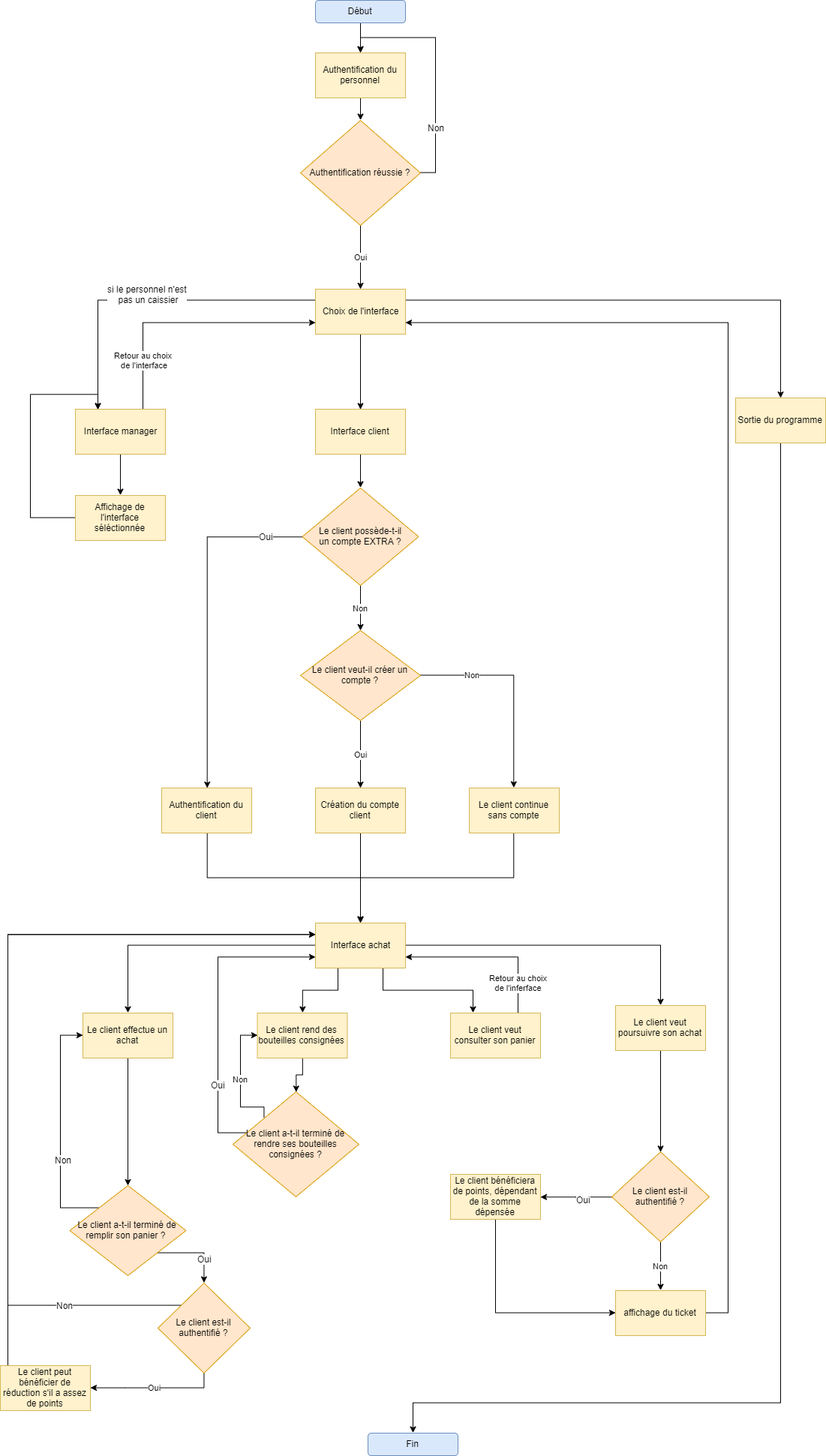
The draw.io diagram assets/organigramme.png in sleepy-monax/shop.c, before a commit. Source tidied: cells renumbered, new cells last; positions are measured from the earlier drawing's top-left corner, leaving out a move shared by most shapes.
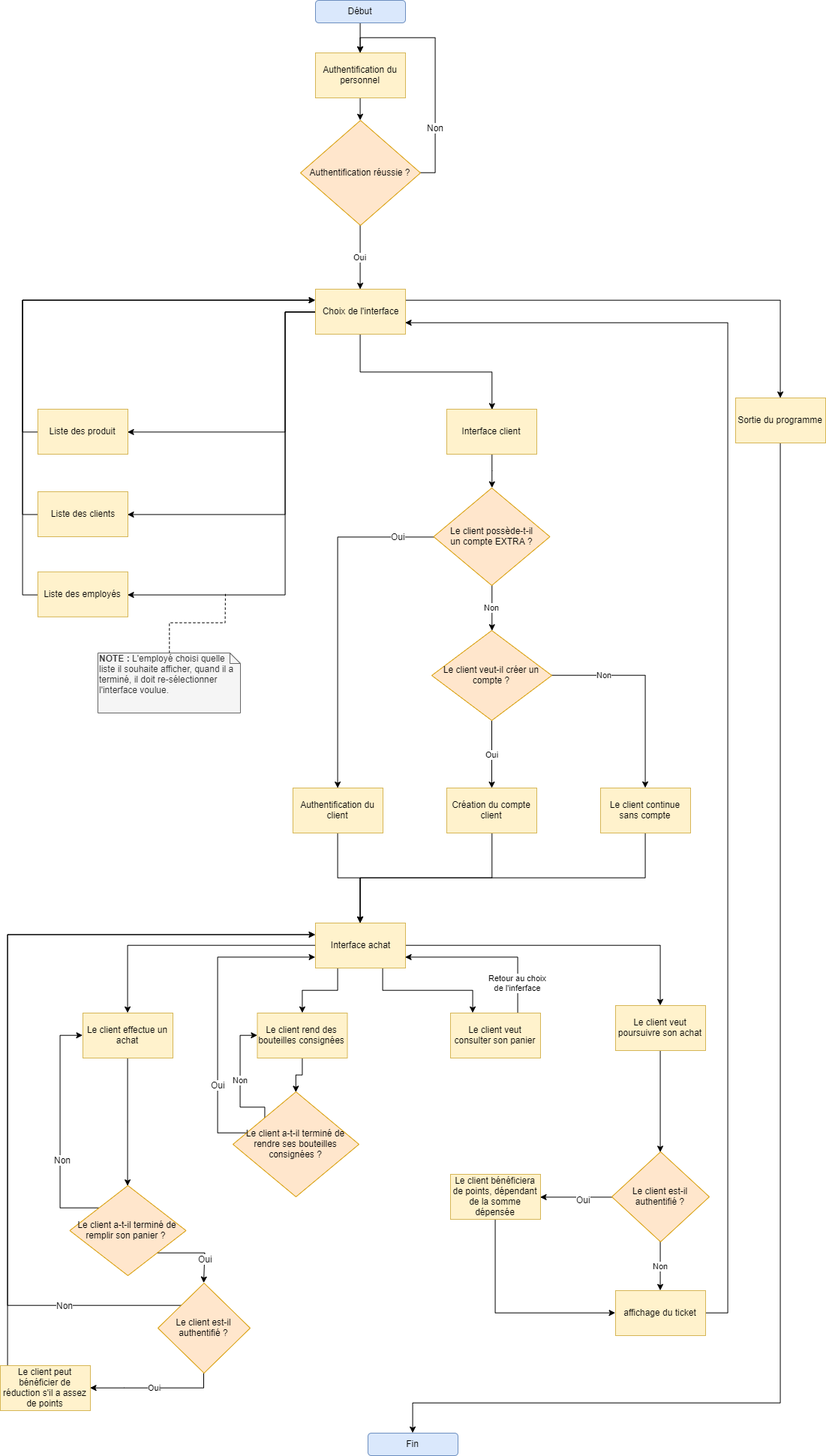
The same file after the commit.

Commit message:
modified the flowchart, corrected grammar errors and continued the repport

Diff of the diagram source:
```diff
@@ -47,77 +47,77 @@
     <mxCell id="12" value="Sortie du programme" style="rounded=0;whiteSpace=wrap;html=1;fillColor=#fff2cc;strokeColor=#d6b656;" parent="1" vertex="1">
       <mxGeometry x="980" y="530" width="120" height="60" as="geometry" />
     </mxCell>
-    <mxCell id="13" style="edgeStyle=orthogonalEdgeStyle;rounded=0;jettySize=auto;html=1;exitX=0.5;exitY=1;exitDx=0;exitDy=0;entryX=0.5;entryY=0;entryDx=0;entryDy=0;" parent="1" edge="1" source="15" target="24">
-      <mxGeometry relative="1" as="geometry" />
-    </mxCell>
-    <mxCell id="14" value="Retour au choix&lt;br&gt;&amp;nbsp;de l'interface" style="edgeStyle=orthogonalEdgeStyle;rounded=0;jettySize=auto;html=1;exitX=0.75;exitY=0;exitDx=0;exitDy=0;entryX=0;entryY=0.75;entryDx=0;entryDy=0;" parent="1" edge="1" source="15" target="22">
-      <mxGeometry x="-0.62" relative="1" as="geometry" />
-    </mxCell>
-    <mxCell id="15" value="Interface manager" style="rounded=0;whiteSpace=wrap;html=1;fillColor=#fff2cc;strokeColor=#d6b656;" parent="1" vertex="1">
-      <mxGeometry x="100" y="545" width="120" height="60" as="geometry" />
-    </mxCell>
     <mxCell id="16" style="edgeStyle=orthogonalEdgeStyle;rounded=0;jettySize=auto;html=1;entryX=0.5;entryY=0;entryDx=0;entryDy=0;" parent="1" edge="1" source="17" target="34">
       <mxGeometry relative="1" as="geometry" />
     </mxCell>
     <mxCell id="17" value="Interface client" style="rounded=0;whiteSpace=wrap;html=1;fillColor=#fff2cc;strokeColor=#d6b656;" parent="1" vertex="1">
-      <mxGeometry x="420" y="545" width="120" height="60" as="geometry" />
+      <mxGeometry x="595" y="545" width="120" height="60" as="geometry" />
     </mxCell>
     <mxCell id="18" style="edgeStyle=orthogonalEdgeStyle;rounded=0;jettySize=auto;html=1;exitX=0.5;exitY=1;exitDx=0;exitDy=0;entryX=0.5;entryY=0;entryDx=0;entryDy=0;" parent="1" edge="1" source="22" target="17">
       <mxGeometry relative="1" as="geometry" />
     </mxCell>
-    <mxCell id="19" style="edgeStyle=orthogonalEdgeStyle;rounded=0;jettySize=auto;html=1;exitX=0;exitY=0.25;exitDx=0;exitDy=0;entryX=0.25;entryY=0;entryDx=0;entryDy=0;" parent="1" edge="1" source="22" target="15">
-      <mxGeometry relative="1" as="geometry" />
-    </mxCell>
-    <mxCell id="20" value="si le personnel n'est&lt;br&gt;&amp;nbsp;pas un caissier" style="text;html=1;align=center;verticalAlign=middle;labelBackgroundColor=#ffffff;" parent="19" vertex="1">
-      <mxGeometry x="0.22" y="5" relative="1" as="geometry">
-        <mxPoint x="41" y="-13" as="offset" />
-      </mxGeometry>
-    </mxCell>
     <mxCell id="21" style="edgeStyle=orthogonalEdgeStyle;rounded=0;jettySize=auto;html=1;exitX=1;exitY=0.25;exitDx=0;exitDy=0;" parent="1" edge="1" source="22" target="12">
       <mxGeometry relative="1" as="geometry" />
     </mxCell>
+    <mxCell id="74" style="edgeStyle=orthogonalEdgeStyle;rounded=0;jettySize=auto;html=1;entryX=1;entryY=0.5;entryDx=0;entryDy=0;" parent="1" edge="1" source="22" target="78">
+      <mxGeometry relative="1" as="geometry">
+        <Array as="points">
+          <mxPoint x="380" y="415" />
+          <mxPoint x="380" y="575" />
+        </Array>
+      </mxGeometry>
+    </mxCell>
+    <mxCell id="75" style="edgeStyle=orthogonalEdgeStyle;rounded=0;jettySize=auto;html=1;entryX=1;entryY=0.5;entryDx=0;entryDy=0;" parent="1" edge="1" source="22" target="80">
+      <mxGeometry relative="1" as="geometry">
+        <Array as="points">
+          <mxPoint x="380" y="415" />
+          <mxPoint x="380" y="685" />
+        </Array>
+      </mxGeometry>
+    </mxCell>
+    <mxCell id="76" style="edgeStyle=orthogonalEdgeStyle;rounded=0;jettySize=auto;html=1;entryX=1;entryY=0.5;entryDx=0;entryDy=0;" parent="1" edge="1" source="22" target="82">
+      <mxGeometry relative="1" as="geometry">
+        <Array as="points">
+          <mxPoint x="380" y="415" />
+          <mxPoint x="380" y="793" />
+        </Array>
+      </mxGeometry>
+    </mxCell>
     <mxCell id="22" value="Choix de l'interface" style="rounded=0;whiteSpace=wrap;html=1;fillColor=#fff2cc;strokeColor=#d6b656;" parent="1" vertex="1">
       <mxGeometry x="420" y="385" width="120" height="60" as="geometry" />
     </mxCell>
-    <mxCell id="23" style="edgeStyle=orthogonalEdgeStyle;rounded=0;jettySize=auto;html=1;exitX=0;exitY=0.5;exitDx=0;exitDy=0;entryX=0.25;entryY=0;entryDx=0;entryDy=0;" parent="1" edge="1" source="24" target="15">
-      <mxGeometry relative="1" as="geometry">
-        <Array as="points">
-          <mxPoint x="40" y="690" />
-          <mxPoint x="40" y="525" />
-          <mxPoint x="130" y="525" />
-        </Array>
-      </mxGeometry>
-    </mxCell>
-    <mxCell id="24" value="Affichage de l'interface séléctionnée" style="rounded=0;whiteSpace=wrap;html=1;fillColor=#fff2cc;strokeColor=#d6b656;" parent="1" vertex="1">
-      <mxGeometry x="100" y="660" width="120" height="60" as="geometry" />
-    </mxCell>
-    <mxCell id="25" style="edgeStyle=orthogonalEdgeStyle;rounded=0;jettySize=auto;html=1;entryX=0.5;entryY=0;entryDx=0;entryDy=0;" parent="1" edge="1" source="26" target="42">
+    <mxCell id="25" style="edgeStyle=orthogonalEdgeStyle;rounded=0;jettySize=auto;html=1;entryX=0.5;entryY=0;entryDx=0;entryDy=0;exitX=0.5;exitY=1;exitDx=0;exitDy=0;" parent="1" edge="1" source="26" target="42">
       <mxGeometry relative="1" as="geometry">
         <Array as="points">
-          <mxPoint x="275" y="1170" />
+          <mxPoint x="450" y="1170" />
           <mxPoint x="480" y="1170" />
         </Array>
       </mxGeometry>
     </mxCell>
     <mxCell id="26" value="Authentification du client" style="rounded=0;whiteSpace=wrap;html=1;fillColor=#fff2cc;strokeColor=#d6b656;" parent="1" vertex="1">
-      <mxGeometry x="215" y="1050" width="120" height="60" as="geometry" />
+      <mxGeometry x="390" y="1050" width="120" height="60" as="geometry" />
     </mxCell>
     <mxCell id="27" style="edgeStyle=orthogonalEdgeStyle;rounded=0;jettySize=auto;html=1;entryX=0.5;entryY=0;entryDx=0;entryDy=0;" parent="1" edge="1" source="28" target="42">
-      <mxGeometry relative="1" as="geometry" />
+      <mxGeometry relative="1" as="geometry">
+        <Array as="points">
+          <mxPoint x="655" y="1170" />
+          <mxPoint x="480" y="1170" />
+        </Array>
+      </mxGeometry>
     </mxCell>
     <mxCell id="28" value="Création du compte client" style="rounded=0;whiteSpace=wrap;html=1;fillColor=#fff2cc;strokeColor=#d6b656;" parent="1" vertex="1">
-      <mxGeometry x="420" y="1050" width="120" height="60" as="geometry" />
+      <mxGeometry x="595" y="1050" width="120" height="60" as="geometry" />
     </mxCell>
     <mxCell id="29" style="edgeStyle=orthogonalEdgeStyle;rounded=0;jettySize=auto;html=1;" parent="1" edge="1" source="30" target="42">
       <mxGeometry relative="1" as="geometry">
         <Array as="points">
-          <mxPoint x="685" y="1170" />
+          <mxPoint x="860" y="1170" />
           <mxPoint x="480" y="1170" />
         </Array>
       </mxGeometry>
     </mxCell>
     <mxCell id="30" value="Le client continue sans compte" style="rounded=0;whiteSpace=wrap;html=1;fillColor=#fff2cc;strokeColor=#d6b656;" parent="1" vertex="1">
-      <mxGeometry x="625" y="1050" width="120" height="60" as="geometry" />
+      <mxGeometry x="800" y="1050" width="120" height="60" as="geometry" />
     </mxCell>
     <mxCell id="31" value="Non" style="edgeStyle=orthogonalEdgeStyle;rounded=0;jettySize=auto;html=1;" parent="1" edge="1" source="34" target="37">
       <mxGeometry relative="1" as="geometry" />
@@ -129,7 +129,7 @@
       <mxGeometry x="-0.79" y="-1" relative="1" as="geometry" />
     </mxCell>
     <mxCell id="34" value="Le client possède-t-il&lt;br&gt;un compte EXTRA ?" style="rhombus;whiteSpace=wrap;html=1;fillColor=#ffe6cc;strokeColor=#d79b00;" parent="1" vertex="1">
-      <mxGeometry x="402.5" y="650" width="155" height="130" as="geometry" />
+      <mxGeometry x="577.5" y="650" width="155" height="130" as="geometry" />
     </mxCell>
     <mxCell id="35" value="Oui" style="edgeStyle=orthogonalEdgeStyle;rounded=0;jettySize=auto;html=1;" parent="1" edge="1" source="37" target="28">
       <mxGeometry relative="1" as="geometry" />
@@ -138,7 +138,7 @@
       <mxGeometry x="-0.49" relative="1" as="geometry" />
     </mxCell>
     <mxCell id="37" value="Le client veut-il créer un compte ?" style="rhombus;whiteSpace=wrap;html=1;fillColor=#ffe6cc;strokeColor=#d79b00;" parent="1" vertex="1">
-      <mxGeometry x="400" y="840" width="160" height="120" as="geometry" />
+      <mxGeometry x="575" y="840" width="160" height="120" as="geometry" />
     </mxCell>
     <mxCell id="38" style="edgeStyle=orthogonalEdgeStyle;rounded=0;jettySize=auto;html=1;entryX=0.5;entryY=0;entryDx=0;entryDy=0;exitX=0;exitY=0.5;exitDx=0;exitDy=0;" parent="1" edge="1" source="42" target="44">
       <mxGeometry relative="1" as="geometry" />
@@ -289,5 +289,41 @@
     <mxCell id="73" value="affichage du ticket" style="rounded=0;whiteSpace=wrap;html=1;fillColor=#fff2cc;strokeColor=#d6b656;" parent="1" vertex="1">
       <mxGeometry x="820" y="1720" width="120" height="60" as="geometry" />
     </mxCell>
+    <mxCell id="77" style="edgeStyle=orthogonalEdgeStyle;rounded=0;jettySize=auto;html=1;entryX=0;entryY=0.25;entryDx=0;entryDy=0;" parent="1" edge="1" source="78" target="22">
+      <mxGeometry relative="1" as="geometry">
+        <Array as="points">
+          <mxPoint x="30" y="575" />
+          <mxPoint x="30" y="400" />
+        </Array>
+      </mxGeometry>
+    </mxCell>
+    <mxCell id="78" value="Liste des produit" style="rounded=0;whiteSpace=wrap;html=1;fillColor=#fff2cc;strokeColor=#d6b656;" parent="1" vertex="1">
+      <mxGeometry x="50" y="545" width="120" height="60" as="geometry" />
+    </mxCell>
+    <mxCell id="79" style="edgeStyle=orthogonalEdgeStyle;rounded=0;jettySize=auto;html=1;entryX=0;entryY=0.25;entryDx=0;entryDy=0;" parent="1" edge="1" source="80" target="22">
+      <mxGeometry relative="1" as="geometry">
+        <Array as="points">
+          <mxPoint x="30" y="685" />
+          <mxPoint x="30" y="400" />
+        </Array>
+      </mxGeometry>
+    </mxCell>
+    <mxCell id="80" value="Liste des clients" style="rounded=0;whiteSpace=wrap;html=1;fillColor=#fff2cc;strokeColor=#d6b656;" parent="1" vertex="1">
+      <mxGeometry x="50" y="655" width="120" height="60" as="geometry" />
+    </mxCell>
+    <mxCell id="81" style="edgeStyle=orthogonalEdgeStyle;rounded=0;jettySize=auto;html=1;exitX=0;exitY=0.5;exitDx=0;exitDy=0;entryX=0;entryY=0.25;entryDx=0;entryDy=0;" parent="1" edge="1" source="82" target="22">
+      <mxGeometry relative="1" as="geometry" />
+    </mxCell>
+    <mxCell id="82" value="Liste des employés" style="rounded=0;whiteSpace=wrap;html=1;fillColor=#fff2cc;strokeColor=#d6b656;" parent="1" vertex="1">
+      <mxGeometry x="50" y="761.9" width="120" height="60" as="geometry" />
+    </mxCell>
+    <mxCell id="83" style="edgeStyle=orthogonalEdgeStyle;rounded=0;jettySize=auto;html=1;dashed=1;endArrow=none;endFill=0;" parent="1" edge="1" source="84">
+      <mxGeometry relative="1" as="geometry">
+        <mxPoint x="300" y="790" as="targetPoint" />
+      </mxGeometry>
+    </mxCell>
+    <mxCell id="84" value="&lt;b&gt;NOTE :&lt;/b&gt; L'employé choisi quelle liste il souhaite afficher, quand il a terminé, il doit re-sélectionner l'interface voulue." style="shape=note;whiteSpace=wrap;html=1;size=14;verticalAlign=top;align=left;spacingTop=-6;fillColor=#f5f5f5;strokeColor=#666666;fontColor=#333333;" parent="1" vertex="1">
+      <mxGeometry x="130" y="870" width="190" height="80" as="geometry" />
+    </mxCell>
   </root>
 </mxGraphModel>
```
